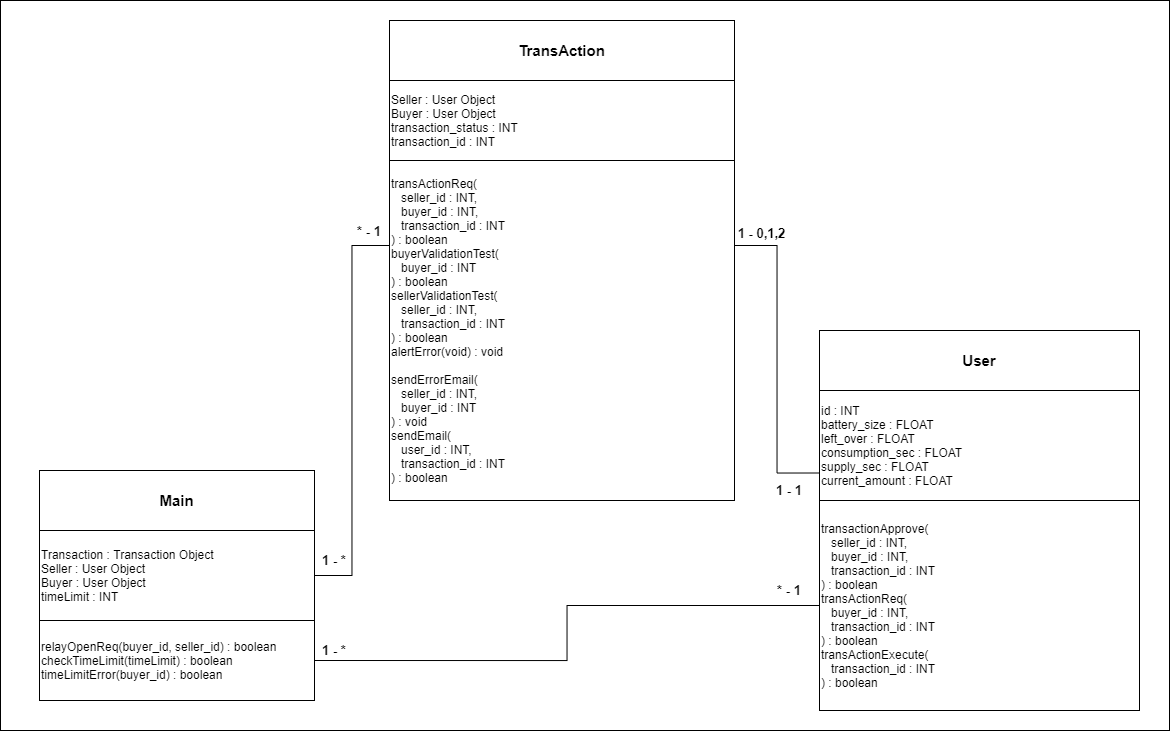
This is documents/3. 클래스, 시퀀스 다이어그램/Class Diagram.png from 97thCJY/CapstoneDesignDC, a draw.io export, as it was before one commit. Source tidied: cells renumbered, new cells last; positions are measured from the earlier drawing's top-left corner, leaving out a move shared by most shapes. The source it was exported from:
```xml
<mxGraphModel background="#ffffff">
  <root>
    <mxCell id="0" />
    <mxCell id="1" parent="0" />
    <mxCell id="2" style="rounded=0;whiteSpace=wrap;html=1;" parent="1" vertex="1">
      <mxGeometry width="1169" height="730" as="geometry" />
    </mxCell>
    <mxCell id="3" value="TransAction" style="whiteSpace=wrap;html=1;align=center;fontStyle=1;fontSize=15;" parent="1" vertex="1">
      <mxGeometry x="389" y="20" width="345" height="60" as="geometry" />
    </mxCell>
    <mxCell id="4" value="Seller : User Object&lt;br&gt;Buyer : User Object&lt;br&gt;transaction_status : INT&lt;br&gt;transaction_id : INT" style="whiteSpace=wrap;html=1;align=left;" parent="1" vertex="1">
      <mxGeometry x="389" y="80" width="345" height="80" as="geometry" />
    </mxCell>
    <mxCell id="5" style="edgeStyle=orthogonalEdgeStyle;rounded=0;jettySize=auto;html=1;exitX=1;exitY=0.25;exitDx=0;exitDy=0;entryX=0;entryY=0.75;entryDx=0;entryDy=0;endArrow=none;endFill=0;" parent="1" edge="1" source="6" target="13">
      <mxGeometry relative="1" as="geometry" />
    </mxCell>
    <mxCell id="6" value="transActionReq(&lt;br&gt;&amp;nbsp; &amp;nbsp;seller_id : INT,&lt;br&gt;&amp;nbsp; &amp;nbsp;buyer_id : INT,&lt;br&gt;&amp;nbsp; &amp;nbsp;transaction_id : INT&lt;br&gt;) : boolean&lt;br&gt;buyerValidationTest(&lt;br&gt;&amp;nbsp; &amp;nbsp;buyer_id : INT&lt;br&gt;) : boolean&lt;br&gt;sellerValidationTest(&lt;br&gt;&amp;nbsp; &amp;nbsp;seller_id : INT,&lt;br&gt;&amp;nbsp; &amp;nbsp;transaction_id : INT&lt;br&gt;) : boolean&lt;br&gt;alertError(void) : void&lt;br&gt;&lt;br&gt;sendErrorEmail(&lt;br&gt;&amp;nbsp; &amp;nbsp;seller_id : INT,&lt;br&gt;&amp;nbsp; &amp;nbsp;buyer_id : INT&lt;br&gt;) : void&lt;br&gt;sendEmail(&lt;br&gt;&amp;nbsp; &amp;nbsp;user_id : INT,&lt;br&gt;&amp;nbsp; &amp;nbsp;transaction_id : INT&lt;br&gt;) : boolean" style="whiteSpace=wrap;html=1;align=left;" parent="1" vertex="1">
      <mxGeometry x="389" y="160" width="345" height="340" as="geometry" />
    </mxCell>
    <mxCell id="7" value="Main" style="whiteSpace=wrap;html=1;align=center;fontStyle=1;fontSize=15;" parent="1" vertex="1">
      <mxGeometry x="39" y="470" width="275" height="60" as="geometry" />
    </mxCell>
    <mxCell id="8" style="edgeStyle=orthogonalEdgeStyle;rounded=0;jettySize=auto;html=1;exitX=1;exitY=0.5;exitDx=0;exitDy=0;entryX=0;entryY=0.25;entryDx=0;entryDy=0;endArrow=none;endFill=0;" parent="1" edge="1" source="9" target="6">
      <mxGeometry relative="1" as="geometry" />
    </mxCell>
    <mxCell id="9" value="Transaction : Transaction Object&lt;br&gt;Seller : User Object&lt;br&gt;Buyer : User Object&lt;br&gt;timeLimit : INT" style="whiteSpace=wrap;html=1;align=left;" parent="1" vertex="1">
      <mxGeometry x="39" y="530" width="275" height="90" as="geometry" />
    </mxCell>
    <mxCell id="10" style="edgeStyle=orthogonalEdgeStyle;rounded=0;jettySize=auto;html=1;exitX=1;exitY=0.5;exitDx=0;exitDy=0;entryX=0;entryY=0.5;entryDx=0;entryDy=0;endArrow=none;endFill=0;" parent="1" edge="1" source="11" target="14">
      <mxGeometry relative="1" as="geometry" />
    </mxCell>
    <mxCell id="11" value="relayOpenReq(buyer_id, seller_id) : boolean&lt;br&gt;checkTimeLimit(timeLimit) : boolean&lt;br&gt;timeLimitError(buyer_id) : boolean" style="whiteSpace=wrap;html=1;align=left;" parent="1" vertex="1">
      <mxGeometry x="39" y="620" width="275" height="80" as="geometry" />
    </mxCell>
    <mxCell id="12" value="User" style="whiteSpace=wrap;html=1;align=center;fontStyle=1;fontSize=15;" parent="1" vertex="1">
      <mxGeometry x="819" y="330" width="320" height="60" as="geometry" />
    </mxCell>
    <mxCell id="13" value="id : INT&lt;br&gt;battery_size : FLOAT&lt;br&gt;left_over : FLOAT&lt;br&gt;consumption_sec : FLOAT&lt;br&gt;supply_sec : FLOAT&lt;br&gt;current_amount : FLOAT" style="whiteSpace=wrap;html=1;align=left;" parent="1" vertex="1">
      <mxGeometry x="819" y="390" width="320" height="110" as="geometry" />
    </mxCell>
    <mxCell id="14" value="transactionApprove(&lt;br&gt;&amp;nbsp; &amp;nbsp;seller_id : INT,&lt;br&gt;&amp;nbsp; &amp;nbsp;buyer_id&amp;nbsp;: INT,&lt;br&gt;&amp;nbsp; &amp;nbsp;transaction_id&amp;nbsp;: INT&lt;br&gt;) : boolean&lt;br&gt;transActionReq(&lt;br&gt;&amp;nbsp; &amp;nbsp;buyer_id&amp;nbsp;: INT,&lt;br&gt;&amp;nbsp; &amp;nbsp;transaction_id : INT&lt;br&gt;) : boolean&lt;br&gt;transActionExecute(&lt;br&gt;&amp;nbsp; &amp;nbsp;transaction_id&amp;nbsp;: INT&lt;br&gt;) : boolean" style="whiteSpace=wrap;html=1;align=left;" parent="1" vertex="1">
      <mxGeometry x="819" y="500" width="320" height="210" as="geometry" />
    </mxCell>
    <mxCell id="15" value="1 - *" style="text;html=1;strokeColor=none;fillColor=none;align=center;verticalAlign=middle;whiteSpace=wrap;fontSize=13;fontStyle=1;" parent="1" vertex="1">
      <mxGeometry x="314" y="550" width="40" height="20" as="geometry" />
    </mxCell>
    <mxCell id="16" value="* - 1" style="text;html=1;strokeColor=none;fillColor=none;align=center;verticalAlign=middle;whiteSpace=wrap;fontSize=13;fontStyle=1;" parent="1" vertex="1">
      <mxGeometry x="349" y="220" width="40" height="22.5" as="geometry" />
    </mxCell>
    <mxCell id="17" value="1 - *" style="text;html=1;strokeColor=none;fillColor=none;align=center;verticalAlign=middle;whiteSpace=wrap;fontSize=13;fontStyle=1;" parent="1" vertex="1">
      <mxGeometry x="314" y="640" width="40" height="20" as="geometry" />
    </mxCell>
    <mxCell id="18" value="* - 1" style="text;html=1;strokeColor=none;fillColor=none;align=center;verticalAlign=middle;whiteSpace=wrap;fontSize=13;fontStyle=1;" parent="1" vertex="1">
      <mxGeometry x="769" y="580" width="40" height="20" as="geometry" />
    </mxCell>
    <mxCell id="19" value="1 - 0,1,2" style="text;html=1;strokeColor=none;fillColor=none;align=center;verticalAlign=middle;whiteSpace=wrap;fontSize=13;fontStyle=1;" parent="1" vertex="1">
      <mxGeometry x="734" y="222.5" width="55" height="20" as="geometry" />
    </mxCell>
    <mxCell id="20" value="1 - 1" style="text;html=1;strokeColor=none;fillColor=none;align=center;verticalAlign=middle;whiteSpace=wrap;fontSize=13;fontStyle=1;" parent="1" vertex="1">
      <mxGeometry x="759" y="480" width="60" height="20" as="geometry" />
    </mxCell>
  </root>
</mxGraphModel>
```
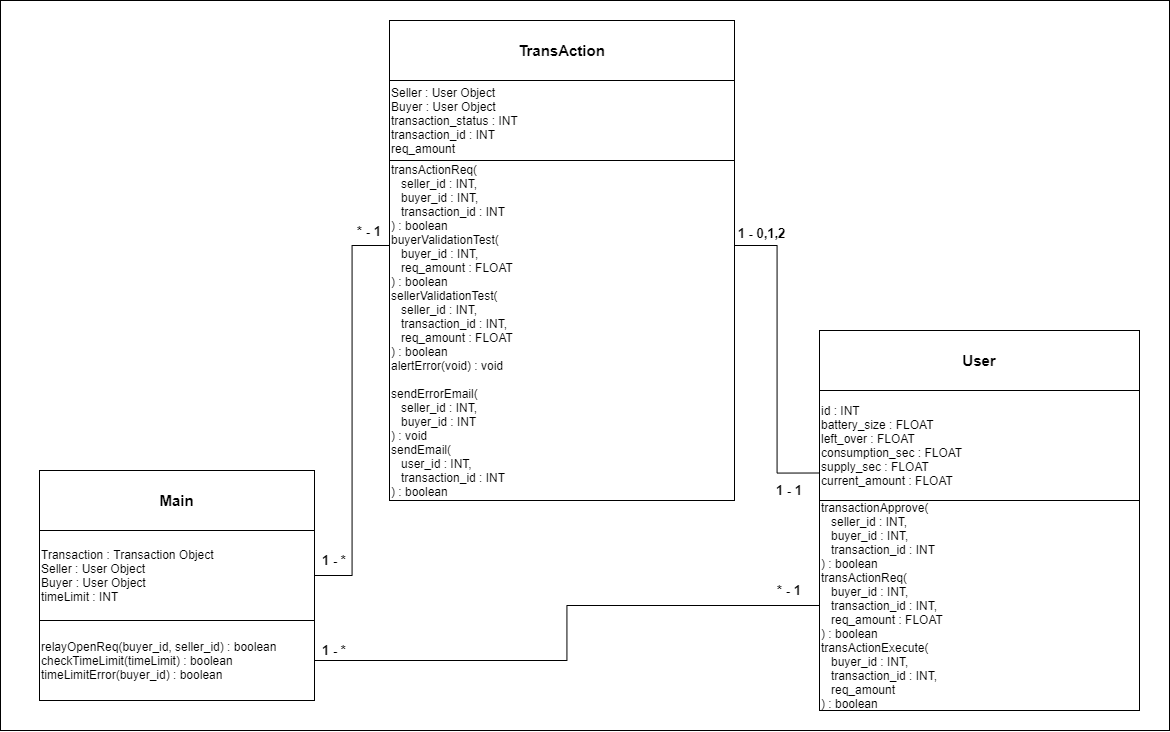
After the commit.

Change to the diagram source:
```diff
@@ -8,13 +8,13 @@
     <mxCell id="3" value="TransAction" style="whiteSpace=wrap;html=1;align=center;fontStyle=1;fontSize=15;" parent="1" vertex="1">
       <mxGeometry x="389" y="20" width="345" height="60" as="geometry" />
     </mxCell>
-    <mxCell id="4" value="Seller : User Object&lt;br&gt;Buyer : User Object&lt;br&gt;transaction_status : INT&lt;br&gt;transaction_id : INT" style="whiteSpace=wrap;html=1;align=left;" parent="1" vertex="1">
+    <mxCell id="4" value="Seller : User Object&lt;br&gt;Buyer : User Object&lt;br&gt;transaction_status : INT&lt;br&gt;transaction_id : INT&lt;br&gt;req_amount" style="whiteSpace=wrap;html=1;align=left;" parent="1" vertex="1">
       <mxGeometry x="389" y="80" width="345" height="80" as="geometry" />
     </mxCell>
     <mxCell id="5" style="edgeStyle=orthogonalEdgeStyle;rounded=0;jettySize=auto;html=1;exitX=1;exitY=0.25;exitDx=0;exitDy=0;entryX=0;entryY=0.75;entryDx=0;entryDy=0;endArrow=none;endFill=0;" parent="1" edge="1" source="6" target="13">
       <mxGeometry relative="1" as="geometry" />
     </mxCell>
-    <mxCell id="6" value="transActionReq(&lt;br&gt;&amp;nbsp; &amp;nbsp;seller_id : INT,&lt;br&gt;&amp;nbsp; &amp;nbsp;buyer_id : INT,&lt;br&gt;&amp;nbsp; &amp;nbsp;transaction_id : INT&lt;br&gt;) : boolean&lt;br&gt;buyerValidationTest(&lt;br&gt;&amp;nbsp; &amp;nbsp;buyer_id : INT&lt;br&gt;) : boolean&lt;br&gt;sellerValidationTest(&lt;br&gt;&amp;nbsp; &amp;nbsp;seller_id : INT,&lt;br&gt;&amp;nbsp; &amp;nbsp;transaction_id : INT&lt;br&gt;) : boolean&lt;br&gt;alertError(void) : void&lt;br&gt;&lt;br&gt;sendErrorEmail(&lt;br&gt;&amp;nbsp; &amp;nbsp;seller_id : INT,&lt;br&gt;&amp;nbsp; &amp;nbsp;buyer_id : INT&lt;br&gt;) : void&lt;br&gt;sendEmail(&lt;br&gt;&amp;nbsp; &amp;nbsp;user_id : INT,&lt;br&gt;&amp;nbsp; &amp;nbsp;transaction_id : INT&lt;br&gt;) : boolean" style="whiteSpace=wrap;html=1;align=left;" parent="1" vertex="1">
+    <mxCell id="6" value="transActionReq(&lt;br&gt;&amp;nbsp; &amp;nbsp;seller_id : INT,&lt;br&gt;&amp;nbsp; &amp;nbsp;buyer_id : INT,&lt;br&gt;&amp;nbsp; &amp;nbsp;transaction_id : INT&lt;br&gt;) : boolean&lt;br&gt;buyerValidationTest(&lt;br&gt;&amp;nbsp; &amp;nbsp;buyer_id : INT,&lt;br&gt;&amp;nbsp; &amp;nbsp;req_amount : FLOAT&lt;br&gt;) : boolean&lt;br&gt;sellerValidationTest(&lt;br&gt;&amp;nbsp; &amp;nbsp;seller_id : INT,&lt;br&gt;&amp;nbsp; &amp;nbsp;transaction_id : INT,&lt;br&gt;&amp;nbsp; &amp;nbsp;req_amount : FLOAT&lt;br&gt;) : boolean&lt;br&gt;alertError(void) : void&lt;br&gt;&lt;br&gt;sendErrorEmail(&lt;br&gt;&amp;nbsp; &amp;nbsp;seller_id : INT,&lt;br&gt;&amp;nbsp; &amp;nbsp;buyer_id : INT&lt;br&gt;) : void&lt;br&gt;sendEmail(&lt;br&gt;&amp;nbsp; &amp;nbsp;user_id : INT,&lt;br&gt;&amp;nbsp; &amp;nbsp;transaction_id : INT&lt;br&gt;) : boolean" style="whiteSpace=wrap;html=1;align=left;" parent="1" vertex="1">
       <mxGeometry x="389" y="160" width="345" height="340" as="geometry" />
     </mxCell>
     <mxCell id="7" value="Main" style="whiteSpace=wrap;html=1;align=center;fontStyle=1;fontSize=15;" parent="1" vertex="1">
@@ -38,7 +38,7 @@
     <mxCell id="13" value="id : INT&lt;br&gt;battery_size : FLOAT&lt;br&gt;left_over : FLOAT&lt;br&gt;consumption_sec : FLOAT&lt;br&gt;supply_sec : FLOAT&lt;br&gt;current_amount : FLOAT" style="whiteSpace=wrap;html=1;align=left;" parent="1" vertex="1">
       <mxGeometry x="819" y="390" width="320" height="110" as="geometry" />
     </mxCell>
-    <mxCell id="14" value="transactionApprove(&lt;br&gt;&amp;nbsp; &amp;nbsp;seller_id : INT,&lt;br&gt;&amp;nbsp; &amp;nbsp;buyer_id&amp;nbsp;: INT,&lt;br&gt;&amp;nbsp; &amp;nbsp;transaction_id&amp;nbsp;: INT&lt;br&gt;) : boolean&lt;br&gt;transActionReq(&lt;br&gt;&amp;nbsp; &amp;nbsp;buyer_id&amp;nbsp;: INT,&lt;br&gt;&amp;nbsp; &amp;nbsp;transaction_id : INT&lt;br&gt;) : boolean&lt;br&gt;transActionExecute(&lt;br&gt;&amp;nbsp; &amp;nbsp;transaction_id&amp;nbsp;: INT&lt;br&gt;) : boolean" style="whiteSpace=wrap;html=1;align=left;" parent="1" vertex="1">
+    <mxCell id="14" value="transactionApprove(&lt;br&gt;&amp;nbsp; &amp;nbsp;seller_id : INT,&lt;br&gt;&amp;nbsp; &amp;nbsp;buyer_id&amp;nbsp;: INT,&lt;br&gt;&amp;nbsp; &amp;nbsp;transaction_id&amp;nbsp;: INT&lt;br&gt;) : boolean&lt;br&gt;transActionReq(&lt;br&gt;&amp;nbsp; &amp;nbsp;buyer_id&amp;nbsp;: INT,&lt;br&gt;&amp;nbsp; &amp;nbsp;transaction_id : INT,&lt;br&gt;&amp;nbsp; &amp;nbsp;req_amount : FLOAT&lt;br&gt;) : boolean&lt;br&gt;transActionExecute(&lt;br&gt;&amp;nbsp; &amp;nbsp;buyer_id : INT,&lt;br&gt;&amp;nbsp; &amp;nbsp;transaction_id&amp;nbsp;: INT,&lt;br&gt;&amp;nbsp; &amp;nbsp;req_amount&lt;br&gt;) : boolean" style="whiteSpace=wrap;html=1;align=left;" parent="1" vertex="1">
       <mxGeometry x="819" y="500" width="320" height="210" as="geometry" />
     </mxCell>
     <mxCell id="15" value="1 - *" style="text;html=1;strokeColor=none;fillColor=none;align=center;verticalAlign=middle;whiteSpace=wrap;fontSize=13;fontStyle=1;" parent="1" vertex="1">
```
